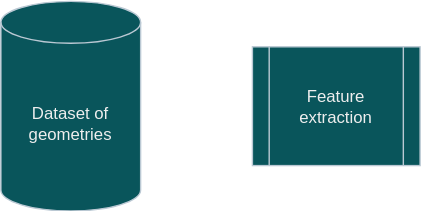
berylgithub/drawio_repo keeps this draw.io diagram as process_flow.svg. Above is the earlier version. Source tidied: cells renumbered, new cells last; positions are measured from the earlier drawing's top-left corner, leaving out a move shared by most shapes.
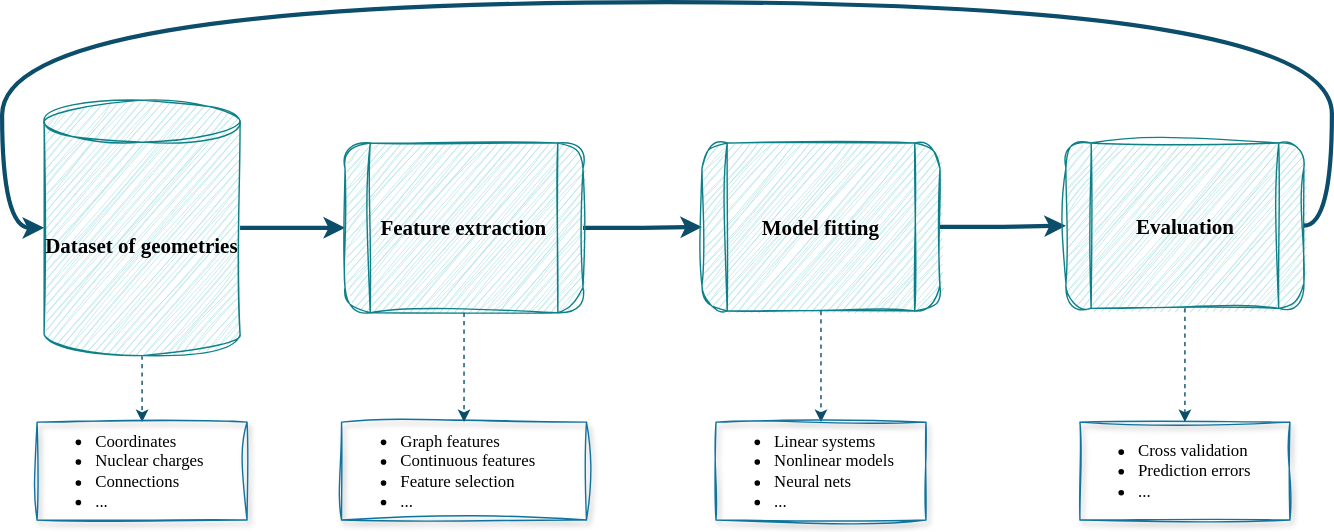
After the change.

What changed in the source:
```diff
@@ -2,11 +2,60 @@
   <root>
     <mxCell id="0" />
     <mxCell id="1" parent="0" />
+    <mxCell id="4" style="edgeStyle=orthogonalEdgeStyle;rounded=1;jettySize=auto;html=1;strokeColor=#0B4D6A;strokeWidth=3;" parent="1" edge="1" source="2" target="3">
+      <mxGeometry relative="1" as="geometry" />
+    </mxCell>
+    <mxCell id="5" style="edgeStyle=orthogonalEdgeStyle;rounded=1;jettySize=auto;html=1;strokeColor=#0B4D6A;dashed=1;entryX=0.5;entryY=0;entryDx=0;entryDy=0;" parent="1" edge="1" source="2" target="11">
+      <mxGeometry relative="1" as="geometry" />
+    </mxCell>
-    <mxCell id="2" value="Dataset of geometries" style="shape=cylinder3;whiteSpace=wrap;html=1;boundedLbl=1;backgroundOutline=1;size=15;labelBackgroundColor=none;fillColor=#09555B;strokeColor=#BAC8D3;fontColor=#EEEEEE;" parent="1" vertex="1">
-      <mxGeometry y="0.5" width="100" height="150" as="geometry" />
+    <mxCell id="2" value="Dataset of geometries" style="shape=cylinder3;whiteSpace=wrap;html=1;boundedLbl=1;backgroundOutline=1;size=15;labelBackgroundColor=none;fillColor=#b0e3e6;strokeColor=#0e8088;fontFamily=Comic Sans MS;fontSize=15;verticalAlign=middle;rounded=1;fontStyle=1;sketch=1;curveFitting=1;jiggle=2;" parent="1" vertex="1">
+      <mxGeometry y="-32" width="140" height="182.5" as="geometry" />
     </mxCell>
+    <mxCell id="6" style="edgeStyle=orthogonalEdgeStyle;rounded=1;jettySize=auto;html=1;strokeColor=#0B4D6A;strokeWidth=3;" parent="1" edge="1" source="3" target="9">
+      <mxGeometry relative="1" as="geometry" />
+    </mxCell>
-    <mxCell id="3" value="Feature extraction" style="shape=process;whiteSpace=wrap;html=1;backgroundOutline=1;labelBackgroundColor=none;fillColor=#09555B;strokeColor=#BAC8D3;fontColor=#EEEEEE;" parent="1" vertex="1">
-      <mxGeometry x="180" y="33" width="120" height="85" as="geometry" />
+    <mxCell id="3" value="Feature extraction" style="shape=process;whiteSpace=wrap;html=1;backgroundOutline=1;labelBackgroundColor=none;fillColor=#b0e3e6;strokeColor=#0e8088;fontFamily=Comic Sans MS;fontSize=15;rounded=1;fontStyle=1;sketch=1;curveFitting=1;jiggle=2;" parent="1" vertex="1">
+      <mxGeometry x="215" y="-1.4" width="170" height="121.2" as="geometry" />
     </mxCell>
+    <mxCell id="7" style="edgeStyle=orthogonalEdgeStyle;rounded=1;jettySize=auto;html=1;strokeColor=#0B4D6A;strokeWidth=3;" parent="1" edge="1" source="9" target="10">
+      <mxGeometry relative="1" as="geometry" />
+    </mxCell>
+    <mxCell id="8" style="edgeStyle=orthogonalEdgeStyle;rounded=1;jettySize=auto;html=1;strokeColor=#0B4D6A;dashed=1;" parent="1" edge="1" source="9" target="14">
+      <mxGeometry relative="1" as="geometry" />
+    </mxCell>
+    <mxCell id="9" value="Model fitting" style="shape=process;whiteSpace=wrap;html=1;backgroundOutline=1;labelBackgroundColor=none;fillColor=#b0e3e6;strokeColor=#0e8088;fontFamily=Comic Sans MS;fontSize=15;rounded=1;fontStyle=1;sketch=1;curveFitting=1;jiggle=2;" parent="1" vertex="1">
+      <mxGeometry x="470" y="-1.4" width="170" height="120" as="geometry" />
+    </mxCell>
+    <mxCell id="10" value="&lt;font style=&quot;font-size: 15px;&quot;&gt;Evaluation&lt;/font&gt;" style="shape=process;whiteSpace=wrap;html=1;backgroundOutline=1;labelBackgroundColor=none;fillColor=#b0e3e6;strokeColor=#0e8088;fontFamily=Comic Sans MS;fontSize=15;rounded=1;fontStyle=1;sketch=1;curveFitting=1;jiggle=2;" parent="1" vertex="1">
+      <mxGeometry x="730" y="-1.4" width="170" height="118.1" as="geometry" />
+    </mxCell>
+    <mxCell id="11" value="&lt;ul&gt;&lt;li&gt;&lt;font face=&quot;Comic Sans MS&quot;&gt;Coordinates&lt;/font&gt;&lt;/li&gt;&lt;li&gt;&lt;font face=&quot;Comic Sans MS&quot;&gt;Nuclear charges&lt;/font&gt;&lt;/li&gt;&lt;li&gt;&lt;font face=&quot;Comic Sans MS&quot;&gt;Connections&lt;/font&gt;&lt;/li&gt;&lt;li&gt;&lt;font face=&quot;Comic Sans MS&quot;&gt;...&lt;/font&gt;&lt;/li&gt;&lt;/ul&gt;" style="text;html=1;align=left;verticalAlign=middle;whiteSpace=wrap;rounded=0;fillColor=none;strokeColor=#10739e;glass=0;sketch=1;curveFitting=1;jiggle=2;shadow=1;" parent="1" vertex="1">
+      <mxGeometry x="-5" y="198" width="150" height="70" as="geometry" />
+    </mxCell>
+    <mxCell id="12" value="&lt;ul&gt;&lt;li&gt;&lt;font face=&quot;Comic Sans MS&quot;&gt;Graph features&lt;/font&gt;&lt;/li&gt;&lt;li&gt;&lt;font face=&quot;Comic Sans MS&quot;&gt;Continuous features&lt;/font&gt;&lt;/li&gt;&lt;li&gt;&lt;font face=&quot;Comic Sans MS&quot;&gt;Feature selection&lt;/font&gt;&lt;/li&gt;&lt;li&gt;&lt;font face=&quot;Comic Sans MS&quot;&gt;...&lt;/font&gt;&lt;/li&gt;&lt;/ul&gt;" style="text;html=1;align=left;verticalAlign=middle;whiteSpace=wrap;rounded=0;fillColor=none;strokeColor=#10739e;sketch=1;curveFitting=1;jiggle=2;shadow=1;" parent="1" vertex="1">
+      <mxGeometry x="212.5" y="198" width="175" height="70" as="geometry" />
+    </mxCell>
+    <mxCell id="13" style="edgeStyle=orthogonalEdgeStyle;rounded=1;jettySize=auto;html=1;strokeColor=#0B4D6A;entryDx=0;entryDy=0;dashed=1;entryX=0.5;entryY=0;" parent="1" edge="1" source="3" target="12">
+      <mxGeometry relative="1" as="geometry" />
+    </mxCell>
+    <mxCell id="14" value="&lt;ul&gt;&lt;li&gt;&lt;font face=&quot;Comic Sans MS&quot;&gt;Linear systems&lt;/font&gt;&lt;/li&gt;&lt;li&gt;&lt;font face=&quot;Comic Sans MS&quot;&gt;Nonlinear models&lt;/font&gt;&lt;/li&gt;&lt;li&gt;&lt;font face=&quot;Comic Sans MS&quot;&gt;Neural nets&lt;/font&gt;&lt;/li&gt;&lt;li&gt;&lt;font face=&quot;Comic Sans MS&quot;&gt;...&lt;/font&gt;&lt;/li&gt;&lt;/ul&gt;" style="text;html=1;align=left;verticalAlign=middle;whiteSpace=wrap;rounded=0;fillColor=none;strokeColor=#10739e;sketch=1;curveFitting=1;jiggle=2;shadow=1;" parent="1" vertex="1">
+      <mxGeometry x="480" y="198" width="150" height="70" as="geometry" />
+    </mxCell>
+    <mxCell id="15" style="endArrow=classic;html=1;rounded=1;strokeColor=#0B4D6A;exitX=1;exitY=0.5;exitDx=0;exitDy=0;entryX=0;entryY=0.5;entryDx=0;entryDy=0;entryPerimeter=0;edgeStyle=orthogonalEdgeStyle;curved=1;strokeWidth=3;" parent="1" edge="1" source="10" target="2">
+      <mxGeometry relative="1" as="geometry">
+        <Array as="points">
+          <mxPoint x="920" y="58" />
+          <mxPoint x="920" y="-102" />
+          <mxPoint x="-30" y="-102" />
+          <mxPoint x="-30" y="59" />
+        </Array>
+      </mxGeometry>
+    </mxCell>
+    <mxCell id="16" value="&lt;ul&gt;&lt;li&gt;&lt;font face=&quot;Comic Sans MS&quot;&gt;Cross validation&lt;/font&gt;&lt;/li&gt;&lt;li&gt;&lt;font face=&quot;Comic Sans MS&quot;&gt;Prediction errors&lt;/font&gt;&lt;/li&gt;&lt;li&gt;&lt;font face=&quot;Comic Sans MS&quot;&gt;...&lt;/font&gt;&lt;/li&gt;&lt;/ul&gt;" style="text;html=1;align=left;verticalAlign=middle;whiteSpace=wrap;rounded=0;fillColor=none;strokeColor=#10739e;sketch=1;curveFitting=1;jiggle=2;shadow=1;" parent="1" vertex="1">
+      <mxGeometry x="740" y="198" width="150" height="70" as="geometry" />
+    </mxCell>
+    <mxCell id="17" style="endArrow=classic;html=1;rounded=1;strokeColor=#0B4D6A;entryX=0.5;entryY=0;entryDx=0;entryDy=0;exitX=0.5;exitY=1;exitDx=0;exitDy=0;dashed=1;" parent="1" edge="1" source="10" target="16">
+      <mxGeometry relative="1" as="geometry" />
+    </mxCell>
   </root>
 </mxGraphModel>
```
